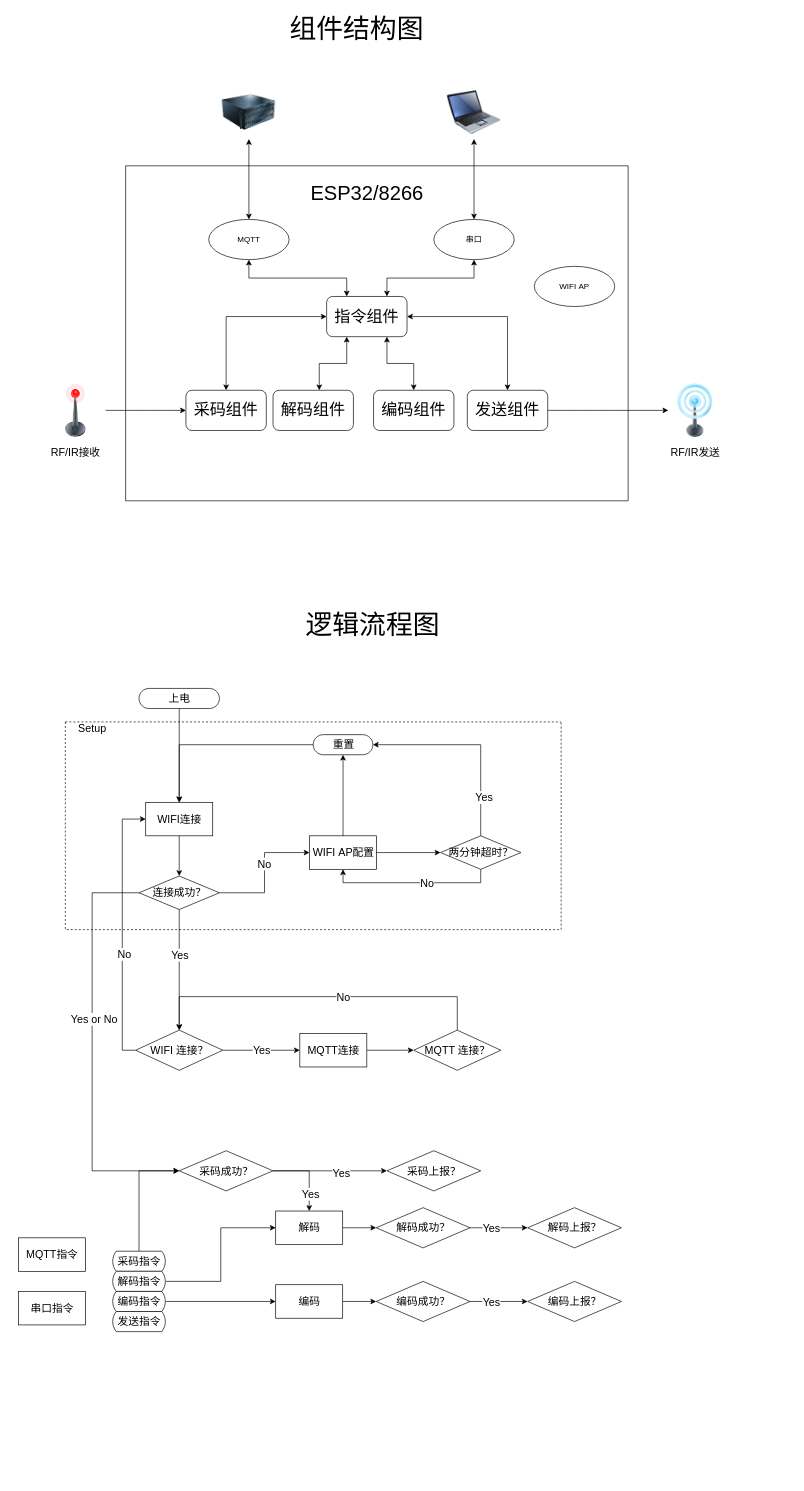
Before: esp32_433_红外组件结构图.drawio in czq7966/drawio, a draw.io diagram. Source tidied: cells renumbered, new cells numbered last; positions are measured from the earlier drawing's top-left corner, leaving out a move shared by most shapes. Both pictures are drawn from the tidied source at 67%, with x=0, y=0 at pixel (18, 11).
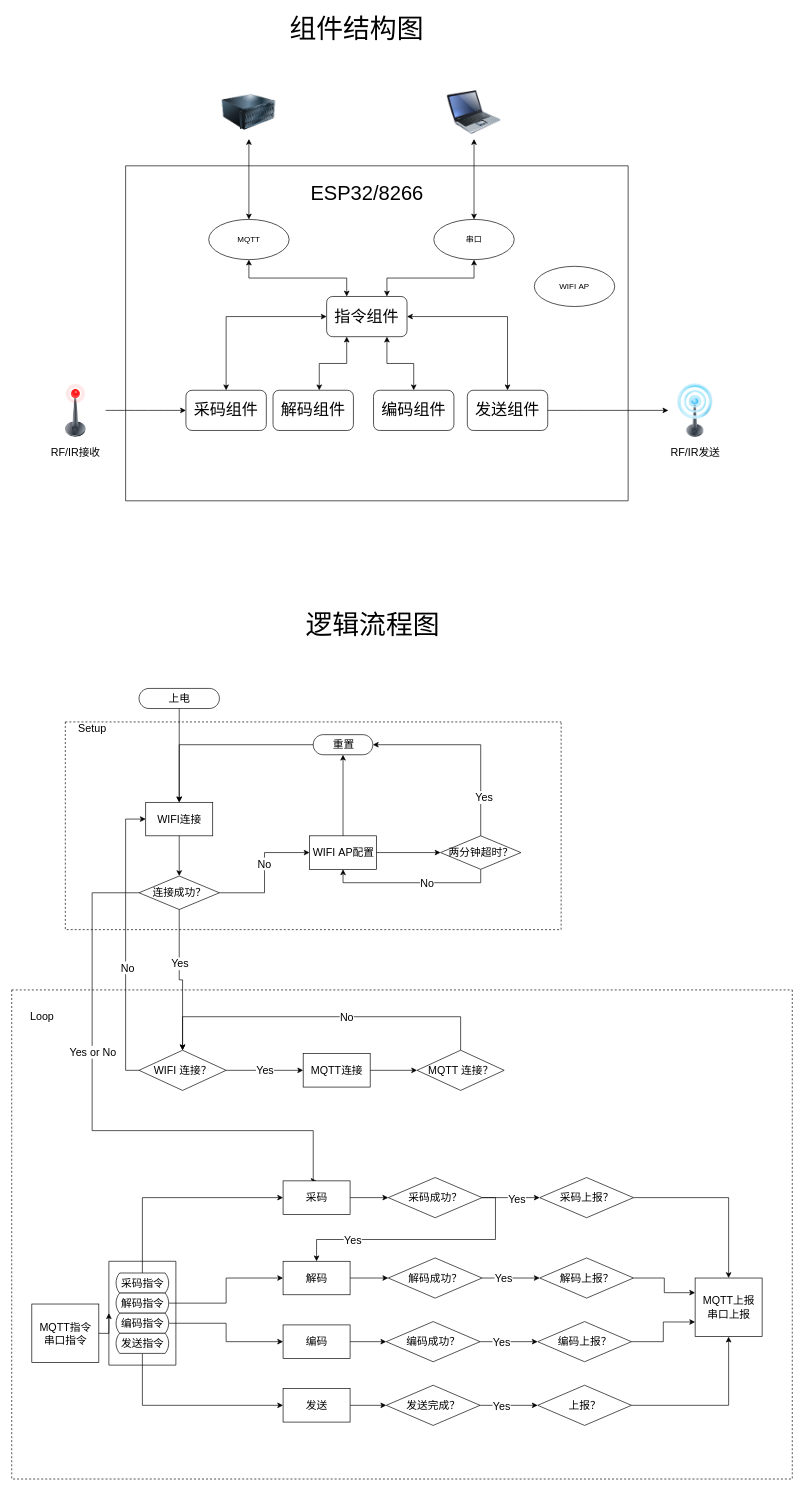
After the change.

Commit message (it also covers changes not shown here):
Update esp32_433_红外组件结构图.drawio

The change refers to these unchanged cells:
```xml
<mxCell id="5" value="连接成功？" style="shape=rhombus;html=1;dashed=0;whitespace=wrap;perimeter=rhombusPerimeter;fontSize=16;" parent="2" vertex="1">
  <mxGeometry x="110" y="230" width="120" height="50" as="geometry" />
</mxCell>
```

What changed in the source:
```diff
@@
+    <mxCell id="88" style="swimlane;startSize=0;fontSize=16;dashed=1;" parent="1" vertex="1">
+      <mxGeometry x="-10" y="1460" width="1165" height="730" as="geometry" />
+    </mxCell>
+    <mxCell id="89" value="Loop" style="text;html=1;align=center;verticalAlign=middle;strokeColor=none;fontSize=16;" parent="88" vertex="1">
+      <mxGeometry x="20" y="30" width="50" height="20" as="geometry" />
+    </mxCell>
+    <mxCell id="73" value="MQTT指令&lt;br&gt;串口指令" style="html=1;dashed=0;whitespace=wrap;fontSize=16;" parent="88" vertex="1">
+      <mxGeometry x="30" y="468.8" width="100" height="87.5" as="geometry" />
+    </mxCell>
+    <mxCell id="90" value="MQTT上报&lt;br&gt;串口上报" style="html=1;dashed=0;whitespace=wrap;fontSize=16;" parent="88" vertex="1">
+      <mxGeometry x="1020" y="430" width="100" height="87.5" as="geometry" />
+    </mxCell>
@@
     <mxCell id="53" value="WIFI&amp;nbsp;连接？" style="shape=rhombus;html=1;dashed=0;whitespace=wrap;perimeter=rhombusPerimeter;fontSize=16;" parent="1" vertex="1">
-      <mxGeometry x="175" y="1520" width="130" height="60" as="geometry" />
+      <mxGeometry x="180" y="1550" width="130" height="60" as="geometry" />
     </mxCell>
@@
     <mxCell id="55" value="MQTT连接" style="html=1;dashed=0;whitespace=wrap;fontSize=16;" parent="1" vertex="1">
-      <mxGeometry x="420" y="1525" width="100" height="50" as="geometry" />
+      <mxGeometry x="425" y="1555" width="100" height="50" as="geometry" />
     </mxCell>
     <mxCell id="56" style="edgeStyle=orthogonalEdgeStyle;rounded=0;jettySize=auto;html=1;exitX=0.5;exitY=0;exitDx=0;exitDy=0;entryX=0.5;entryY=0;entryDx=0;entryDy=0;fontSize=16;startArrow=none;startFill=0;" parent="1" edge="1" source="58" target="53">
       <mxGeometry relative="1" as="geometry">
         <Array as="points">
-          <mxPoint x="655" y="1470" />
-          <mxPoint x="240" y="1470" />
+          <mxPoint x="660" y="1500" />
+          <mxPoint x="245" y="1500" />
         </Array>
       </mxGeometry>
     </mxCell>
@@
     <mxCell id="58" value="MQTT 连接？" style="shape=rhombus;html=1;dashed=0;whitespace=wrap;perimeter=rhombusPerimeter;fontSize=16;" parent="1" vertex="1">
-      <mxGeometry x="590" y="1520" width="130" height="60" as="geometry" />
+      <mxGeometry x="595" y="1550" width="130" height="60" as="geometry" />
     </mxCell>
@@
     <mxCell id="63" value="采码成功？" style="shape=rhombus;html=1;dashed=0;whitespace=wrap;perimeter=rhombusPerimeter;fontSize=16;" parent="1" vertex="1">
-      <mxGeometry x="240" y="1700" width="140" height="60" as="geometry" />
+      <mxGeometry x="552" y="1740" width="140" height="60" as="geometry" />
     </mxCell>
+    <mxCell id="91" style="edgeStyle=orthogonalEdgeStyle;rounded=0;jettySize=auto;html=1;exitX=1;exitY=0.5;exitDx=0;exitDy=0;entryX=0.5;entryY=0;entryDx=0;entryDy=0;fontSize=16;startArrow=none;startFill=0;" parent="1" edge="1" source="64" target="90">
+      <mxGeometry relative="1" as="geometry" />
+    </mxCell>
     <mxCell id="64" value="采码上报？" style="shape=rhombus;html=1;dashed=0;whitespace=wrap;perimeter=rhombusPerimeter;fontSize=16;" parent="1" vertex="1">
-      <mxGeometry x="550" y="1700" width="140" height="60" as="geometry" />
+      <mxGeometry x="778" y="1740" width="140" height="60" as="geometry" />
     </mxCell>
@@
     <mxCell id="66" value="解码" style="html=1;dashed=0;whitespace=wrap;fontSize=16;" parent="1" vertex="1">
-      <mxGeometry x="384" y="1790" width="100" height="50" as="geometry" />
+      <mxGeometry x="395" y="1865" width="100" height="50" as="geometry" />
     </mxCell>
     <mxCell id="67" style="edgeStyle=orthogonalEdgeStyle;rounded=0;jettySize=auto;html=1;exitX=1;exitY=0.5;exitDx=0;exitDy=0;entryX=0;entryY=0.5;entryDx=0;entryDy=0;fontSize=16;startArrow=none;startFill=0;" parent="1" edge="1" source="69" target="70">
       <mxGeometry relative="1" as="geometry">
         <Array as="points">
-          <mxPoint x="700" y="1815" />
-          <mxPoint x="700" y="1815" />
+          <mxPoint x="718" y="1890" />
+          <mxPoint x="718" y="1890" />
         </Array>
       </mxGeometry>
     </mxCell>
@@
     <mxCell id="69" value="解码成功？" style="shape=rhombus;html=1;dashed=0;whitespace=wrap;perimeter=rhombusPerimeter;fontSize=16;" parent="1" vertex="1">
-      <mxGeometry x="534" y="1785" width="140" height="60" as="geometry" />
+      <mxGeometry x="552" y="1860" width="140" height="60" as="geometry" />
     </mxCell>
+    <mxCell id="92" style="edgeStyle=orthogonalEdgeStyle;rounded=0;jettySize=auto;html=1;exitX=1;exitY=0.5;exitDx=0;exitDy=0;entryX=0;entryY=0.25;entryDx=0;entryDy=0;fontSize=16;startArrow=none;startFill=0;" parent="1" edge="1" source="70" target="90">
+      <mxGeometry relative="1" as="geometry" />
+    </mxCell>
     <mxCell id="70" value="解码上报？" style="shape=rhombus;html=1;dashed=0;whitespace=wrap;perimeter=rhombusPerimeter;fontSize=16;" parent="1" vertex="1">
-      <mxGeometry x="760" y="1785" width="140" height="60" as="geometry" />
+      <mxGeometry x="778" y="1860" width="140" height="60" as="geometry" />
     </mxCell>
-    <mxCell id="71" style="edgeStyle=orthogonalEdgeStyle;rounded=0;jettySize=auto;html=1;exitX=0;exitY=0.5;exitDx=0;exitDy=0;entryX=0;entryY=0.5;entryDx=0;entryDy=0;fontSize=16;startArrow=none;startFill=0;" parent="1" edge="1" source="5" target="63">
+    <mxCell id="71" style="edgeStyle=orthogonalEdgeStyle;rounded=0;jettySize=auto;html=1;exitX=0;exitY=0.5;exitDx=0;exitDy=0;entryX=0.5;entryY=0;entryDx=0;entryDy=0;fontSize=16;startArrow=none;startFill=0;" parent="1" edge="1" source="5" target="103">
       <mxGeometry relative="1" as="geometry">
         <Array as="points">
           <mxPoint x="110" y="1315" />
-          <mxPoint x="110" y="1730" />
+          <mxPoint x="110" y="1670" />
+          <mxPoint x="440" y="1670" />
         </Array>
       </mxGeometry>
     </mxCell>
     <mxCell id="72" value="Yes or No" style="edgeLabel;html=1;align=center;verticalAlign=middle;fontSize=16;" parent="71" vertex="1">
-      <mxGeometry x="-0.16" y="2" relative="1" as="geometry" />
+      <mxGeometry x="-0.16" y="2" relative="1" as="geometry">
+        <mxPoint x="-2" y="-44" as="offset" />
+      </mxGeometry>
     </mxCell>
-    <mxCell id="73" value="MQTT指令" style="html=1;dashed=0;whitespace=wrap;fontSize=16;" parent="1" vertex="1">
-      <mxGeometry y="1830" width="100" height="50" as="geometry" />
-    </mxCell>
-    <mxCell id="74" value="串口指令" style="html=1;dashed=0;whitespace=wrap;fontSize=16;" parent="1" vertex="1">
-      <mxGeometry y="1910" width="100" height="50" as="geometry" />
-    </mxCell>
-    <mxCell id="75" style="edgeStyle=orthogonalEdgeStyle;rounded=0;jettySize=auto;html=1;exitX=0.5;exitY=0;exitDx=0;exitDy=0;exitPerimeter=0;entryX=0;entryY=0.5;entryDx=0;entryDy=0;fontSize=16;startArrow=none;startFill=0;" parent="1" edge="1" source="76" target="63">
+    <mxCell id="75" style="edgeStyle=orthogonalEdgeStyle;rounded=0;jettySize=auto;html=1;exitX=0.5;exitY=0;exitDx=0;exitDy=0;exitPerimeter=0;entryX=0;entryY=0.5;entryDx=0;entryDy=0;fontSize=16;startArrow=none;startFill=0;" parent="1" edge="1" source="76" target="103">
       <mxGeometry relative="1" as="geometry" />
     </mxCell>
-    <mxCell id="76" value="采码指令" style="html=1;dashed=0;whitespace=wrap;shape=mxgraph.dfd.loop;fontSize=16;" parent="1" vertex="1">
-      <mxGeometry x="140" y="1850" width="80" height="30" as="geometry" />
-    </mxCell>
@@
-    <mxCell id="78" value="解码指令" style="html=1;dashed=0;whitespace=wrap;shape=mxgraph.dfd.loop;fontSize=16;" parent="1" vertex="1">
-      <mxGeometry x="140" y="1880" width="80" height="30" as="geometry" />
-    </mxCell>
@@
-    <mxCell id="80" value="编码指令" style="html=1;dashed=0;whitespace=wrap;shape=mxgraph.dfd.loop;fontSize=16;" parent="1" vertex="1">
-      <mxGeometry x="140" y="1910" width="80" height="30" as="geometry" />
-    </mxCell>
-    <mxCell id="81" value="发送指令" style="html=1;dashed=0;whitespace=wrap;shape=mxgraph.dfd.loop;fontSize=16;" parent="1" vertex="1">
-      <mxGeometry x="140" y="1940" width="80" height="30" as="geometry" />
-    </mxCell>
+    <mxCell id="93" style="edgeStyle=orthogonalEdgeStyle;rounded=0;jettySize=auto;html=1;entryX=0;entryY=0.5;entryDx=0;entryDy=0;fontSize=16;startArrow=none;startFill=0;exitX=0.5;exitY=1;exitDx=0;exitDy=0;exitPerimeter=0;" parent="1" edge="1" source="81" target="96">
+      <mxGeometry relative="1" as="geometry" />
+    </mxCell>
@@
     <mxCell id="83" value="编码" style="html=1;dashed=0;whitespace=wrap;fontSize=16;" parent="1" vertex="1">
-      <mxGeometry x="384" y="1900" width="100" height="50" as="geometry" />
+      <mxGeometry x="395" y="1960" width="100" height="50" as="geometry" />
     </mxCell>
     <mxCell id="84" style="edgeStyle=orthogonalEdgeStyle;rounded=0;jettySize=auto;html=1;exitX=1;exitY=0.5;exitDx=0;exitDy=0;entryX=0;entryY=0.5;entryDx=0;entryDy=0;fontSize=16;startArrow=none;startFill=0;" parent="1" edge="1" source="86" target="87">
       <mxGeometry relative="1" as="geometry">
         <Array as="points">
-          <mxPoint x="700" y="1925" />
-          <mxPoint x="700" y="1925" />
+          <mxPoint x="715" y="1985" />
+          <mxPoint x="715" y="1985" />
         </Array>
       </mxGeometry>
     </mxCell>
@@
     <mxCell id="86" value="编码成功？" style="shape=rhombus;html=1;dashed=0;whitespace=wrap;perimeter=rhombusPerimeter;fontSize=16;" parent="1" vertex="1">
-      <mxGeometry x="534" y="1895" width="140" height="60" as="geometry" />
+      <mxGeometry x="549" y="1955" width="140" height="60" as="geometry" />
     </mxCell>
+    <mxCell id="94" style="edgeStyle=orthogonalEdgeStyle;rounded=0;jettySize=auto;html=1;exitX=1;exitY=0.5;exitDx=0;exitDy=0;entryX=0;entryY=0.75;entryDx=0;entryDy=0;fontSize=16;startArrow=none;startFill=0;" parent="1" edge="1" source="87" target="90">
+      <mxGeometry relative="1" as="geometry" />
+    </mxCell>
     <mxCell id="87" value="编码上报？" style="shape=rhombus;html=1;dashed=0;whitespace=wrap;perimeter=rhombusPerimeter;fontSize=16;" parent="1" vertex="1">
-      <mxGeometry x="760" y="1895" width="140" height="60" as="geometry" />
+      <mxGeometry x="775" y="1955" width="140" height="60" as="geometry" />
     </mxCell>
+    <mxCell id="95" style="edgeStyle=orthogonalEdgeStyle;rounded=0;jettySize=auto;html=1;exitX=1;exitY=0.5;exitDx=0;exitDy=0;entryX=0;entryY=0.5;entryDx=0;entryDy=0;fontSize=16;startArrow=none;startFill=0;" parent="1" edge="1" source="96" target="99">
+      <mxGeometry relative="1" as="geometry" />
+    </mxCell>
+    <mxCell id="96" value="发送" style="html=1;dashed=0;whitespace=wrap;fontSize=16;" parent="1" vertex="1">
+      <mxGeometry x="395" y="2055" width="100" height="50" as="geometry" />
+    </mxCell>
+    <mxCell id="97" style="edgeStyle=orthogonalEdgeStyle;rounded=0;jettySize=auto;html=1;exitX=1;exitY=0.5;exitDx=0;exitDy=0;entryX=0;entryY=0.5;entryDx=0;entryDy=0;fontSize=16;startArrow=none;startFill=0;" parent="1" edge="1" source="99" target="101">
+      <mxGeometry relative="1" as="geometry">
+        <Array as="points">
+          <mxPoint x="715" y="2080" />
+          <mxPoint x="715" y="2080" />
+        </Array>
+      </mxGeometry>
+    </mxCell>
+    <mxCell id="98" value="Yes" style="edgeLabel;html=1;align=center;verticalAlign=middle;fontSize=16;" parent="97" vertex="1">
+      <mxGeometry x="-0.28" relative="1" as="geometry" />
+    </mxCell>
+    <mxCell id="99" value="发送完成？" style="shape=rhombus;html=1;dashed=0;whitespace=wrap;perimeter=rhombusPerimeter;fontSize=16;" parent="1" vertex="1">
+      <mxGeometry x="549" y="2050" width="140" height="60" as="geometry" />
+    </mxCell>
+    <mxCell id="100" style="edgeStyle=orthogonalEdgeStyle;rounded=0;jettySize=auto;html=1;exitX=1;exitY=0.5;exitDx=0;exitDy=0;entryX=0.5;entryY=1;entryDx=0;entryDy=0;fontSize=16;startArrow=none;startFill=0;" parent="1" edge="1" source="101" target="90">
+      <mxGeometry relative="1" as="geometry" />
+    </mxCell>
+    <mxCell id="101" value="上报？" style="shape=rhombus;html=1;dashed=0;whitespace=wrap;perimeter=rhombusPerimeter;fontSize=16;" parent="1" vertex="1">
+      <mxGeometry x="775" y="2050" width="140" height="60" as="geometry" />
+    </mxCell>
+    <mxCell id="102" style="edgeStyle=orthogonalEdgeStyle;rounded=0;jettySize=auto;html=1;entryX=0;entryY=0.5;entryDx=0;entryDy=0;fontSize=16;startArrow=none;startFill=0;" parent="1" edge="1" source="103" target="63">
+      <mxGeometry relative="1" as="geometry" />
+    </mxCell>
+    <mxCell id="103" value="采码" style="html=1;dashed=0;whitespace=wrap;fontSize=16;" parent="1" vertex="1">
+      <mxGeometry x="395" y="1745" width="100" height="50" as="geometry" />
+    </mxCell>
+    <mxCell id="104" style="swimlane;startSize=0;fontSize=16;" parent="1" vertex="1">
+      <mxGeometry x="135" y="1865" width="100" height="155" as="geometry" />
+    </mxCell>
+    <mxCell id="76" value="采码指令" style="html=1;dashed=0;whitespace=wrap;shape=mxgraph.dfd.loop;fontSize=16;" parent="104" vertex="1">
+      <mxGeometry x="10" y="17.5" width="80" height="30" as="geometry" />
+    </mxCell>
+    <mxCell id="78" value="解码指令" style="html=1;dashed=0;whitespace=wrap;shape=mxgraph.dfd.loop;fontSize=16;" parent="104" vertex="1">
+      <mxGeometry x="10" y="47.5" width="80" height="30" as="geometry" />
+    </mxCell>
+    <mxCell id="80" value="编码指令" style="html=1;dashed=0;whitespace=wrap;shape=mxgraph.dfd.loop;fontSize=16;" parent="104" vertex="1">
+      <mxGeometry x="10" y="77.5" width="80" height="30" as="geometry" />
+    </mxCell>
+    <mxCell id="81" value="发送指令" style="html=1;dashed=0;whitespace=wrap;shape=mxgraph.dfd.loop;fontSize=16;" parent="104" vertex="1">
+      <mxGeometry x="10" y="107.5" width="80" height="30" as="geometry" />
+    </mxCell>
+    <mxCell id="105" style="edgeStyle=orthogonalEdgeStyle;rounded=0;jettySize=auto;html=1;exitX=1;exitY=0.5;exitDx=0;exitDy=0;entryX=0;entryY=0.5;entryDx=0;entryDy=0;fontSize=16;startArrow=none;startFill=0;" parent="1" edge="1" source="73" target="104">
+      <mxGeometry relative="1" as="geometry" />
+    </mxCell>
```
